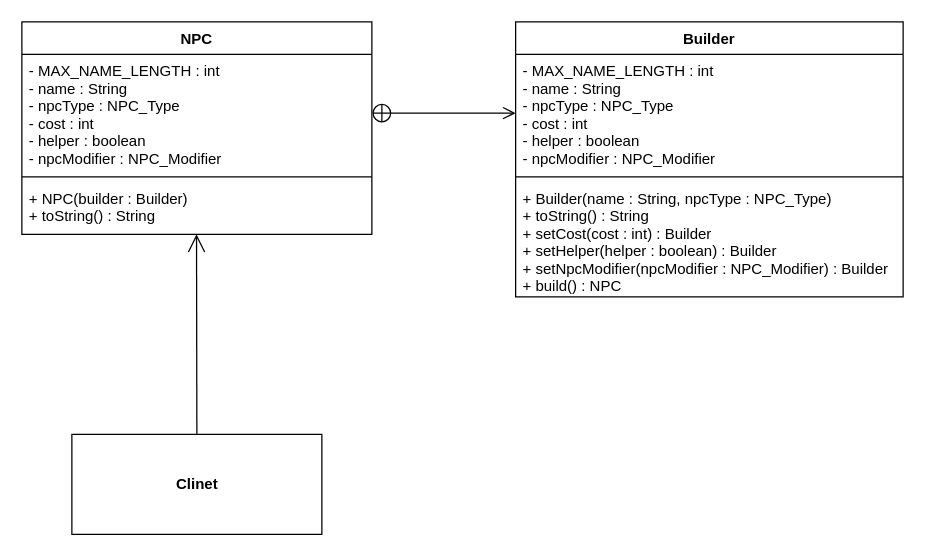
Above: app/src/main/resources/builder/Builder_Pattern.drawio in jongHyeon0000/DesignPattern-example (draw.io), before the change. Source tidied: cells renumbered, new cells numbered last; positions are measured from the earlier drawing's top-left corner, leaving out a move shared by most shapes. Both pictures are drawn from the tidied source at 125%, with x=0, y=0 at pixel (21, 21).
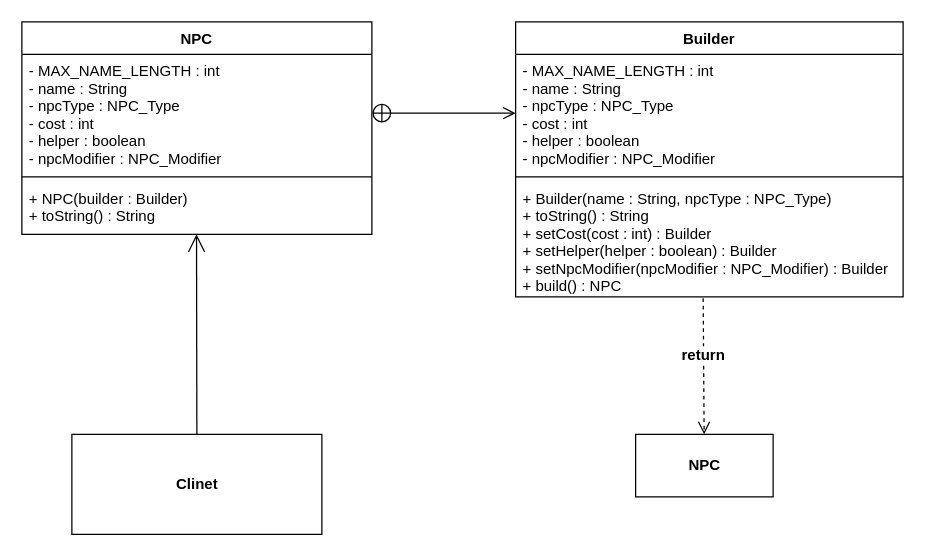
Above is the later version.

The edit, as a diff of the source:
```diff
@@
 <mxGraphModel>
   <root>
     <mxCell id="0" />
     <mxCell id="1" parent="0" />
     <mxCell id="2" value="NPC" style="swimlane;fontStyle=1;align=center;verticalAlign=top;horizontal=1;startSize=26;" parent="1" vertex="1">
       <mxGeometry width="280" height="170" as="geometry" />
     </mxCell>
     <mxCell id="3" value="- MAX_NAME_LENGTH : int&#10;- name : String&#10;- npcType : NPC_Type&#10;- cost : int&#10;- helper : boolean&#10;- npcModifier : NPC_Modifier " style="text;strokeColor=none;fillColor=none;align=left;verticalAlign=top;spacingLeft=4;spacingRight=4;overflow=hidden;points=[[0,0.5],[1,0.5]];portConstraint=eastwest;" parent="2" vertex="1">
       <mxGeometry y="26" width="280" height="94" as="geometry" />
     </mxCell>
     <mxCell id="4" style="line;strokeWidth=1;fillColor=none;align=left;verticalAlign=middle;spacingTop=-1;spacingLeft=3;spacingRight=3;labelPosition=right;" parent="2" vertex="1">
       <mxGeometry y="120" width="280" height="8" as="geometry" />
     </mxCell>
     <mxCell id="5" value="+ NPC(builder : Builder)&#10;+ toString() : String" style="text;strokeColor=none;fillColor=none;align=left;verticalAlign=top;spacingLeft=4;spacingRight=4;overflow=hidden;points=[[0,0.5],[1,0.5]];portConstraint=eastwest;" parent="2" vertex="1">
       <mxGeometry y="128" width="280" height="42" as="geometry" />
     </mxCell>
     <mxCell id="6" value="Builder" style="swimlane;fontStyle=1;align=center;verticalAlign=top;horizontal=1;startSize=26;" parent="1" vertex="1">
       <mxGeometry x="395" width="310" height="220" as="geometry" />
     </mxCell>
     <mxCell id="7" value="- MAX_NAME_LENGTH : int&#10;- name : String&#10;- npcType : NPC_Type&#10;- cost : int&#10;- helper : boolean&#10;- npcModifier : NPC_Modifier " style="text;strokeColor=none;fillColor=none;align=left;verticalAlign=top;spacingLeft=4;spacingRight=4;overflow=hidden;points=[[0,0.5],[1,0.5]];portConstraint=eastwest;" parent="6" vertex="1">
       <mxGeometry y="26" width="310" height="94" as="geometry" />
     </mxCell>
     <mxCell id="8" style="line;strokeWidth=1;fillColor=none;align=left;verticalAlign=middle;spacingTop=-1;spacingLeft=3;spacingRight=3;labelPosition=right;" parent="6" vertex="1">
       <mxGeometry y="120" width="310" height="8" as="geometry" />
     </mxCell>
     <mxCell id="9" value="+ Builder(name : String, npcType : NPC_Type)&#10;+ toString() : String&#10;+ setCost(cost : int) : Builder&#10;+ setHelper(helper : boolean) : Builder&#10;+ setNpcModifier(npcModifier : NPC_Modifier) : Builder&#10;+ build() : NPC" style="text;strokeColor=none;fillColor=none;align=left;verticalAlign=top;spacingLeft=4;spacingRight=4;overflow=hidden;points=[[0,0.5],[1,0.5]];portConstraint=eastwest;" parent="6" vertex="1">
       <mxGeometry y="128" width="310" height="92" as="geometry" />
     </mxCell>
     <mxCell id="10" style="endArrow=open;startArrow=circlePlus;endFill=0;startFill=0;endSize=8;html=1;rounded=0;exitX=1;exitY=0.5;exitDx=0;exitDy=0;entryX=0;entryY=0.5;entryDx=0;entryDy=0;" parent="1" edge="1" source="3" target="7">
       <mxGeometry relative="1" as="geometry" />
     </mxCell>
     <mxCell id="11" value="&lt;b&gt;Clinet&lt;/b&gt;" style="html=1;" parent="1" vertex="1">
       <mxGeometry x="40" y="330" width="200" height="80" as="geometry" />
     </mxCell>
     <mxCell id="12" style="endArrow=open;endFill=1;endSize=12;html=1;rounded=0;exitX=0.5;exitY=0;exitDx=0;exitDy=0;entryX=0.499;entryY=0.999;entryDx=0;entryDy=0;entryPerimeter=0;" parent="1" edge="1" source="11" target="5">
       <mxGeometry relative="1" as="geometry" />
     </mxCell>
+    <mxCell id="13" value="return" style="html=1;verticalAlign=bottom;endArrow=open;dashed=1;endSize=8;rounded=0;exitX=0.484;exitY=1.011;exitDx=0;exitDy=0;exitPerimeter=0;fontSize=12;fontStyle=1;" parent="1" edge="1" source="9" target="14">
+      <mxGeometry x="0.01" relative="1" as="geometry" />
+    </mxCell>
+    <mxCell id="14" value="&lt;b&gt;NPC&lt;/b&gt;" style="html=1;fontSize=12;" parent="1" vertex="1">
+      <mxGeometry x="491" y="330" width="110" height="50" as="geometry" />
+    </mxCell>
   </root>
 </mxGraphModel>
```
